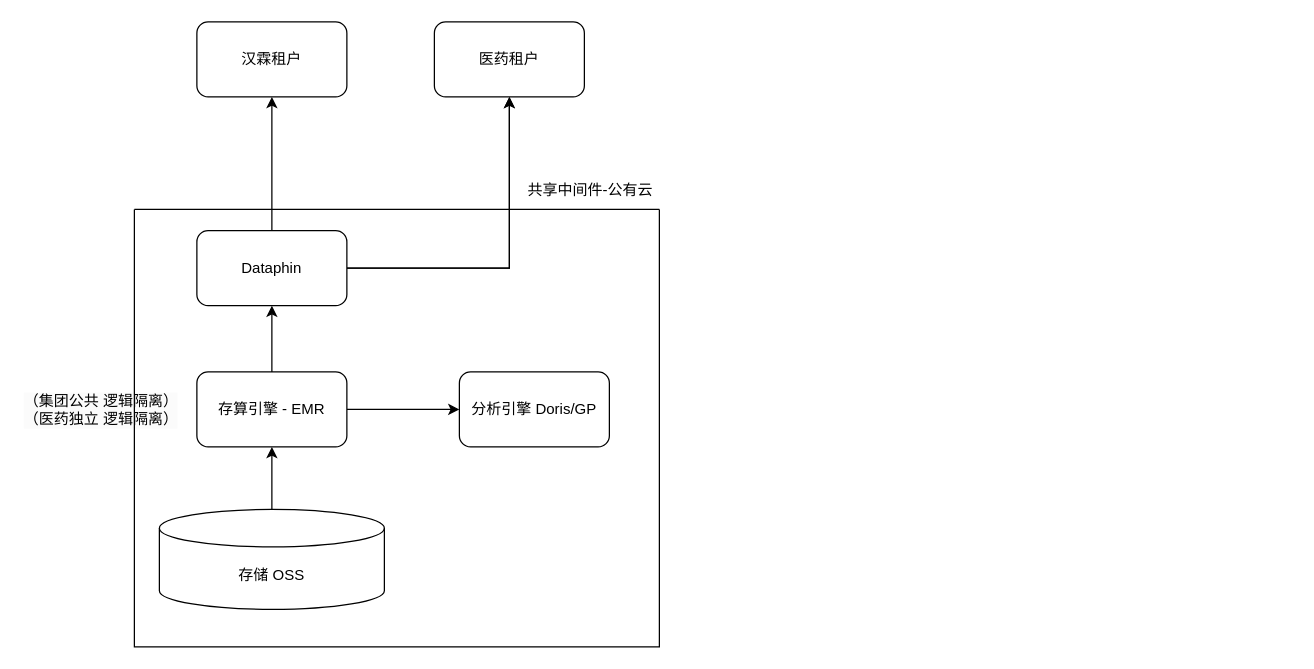
The draw.io diagram public/未命名绘图.drawio in leestar991/agi-proxy, before the edit. Source tidied: cells renumbered, new cells numbered last; positions are measured from the earlier drawing's top-left corner, leaving out a move shared by most shapes. Both pictures are drawn from the tidied source at 125%, with x=0, y=0 at pixel (21, 21).
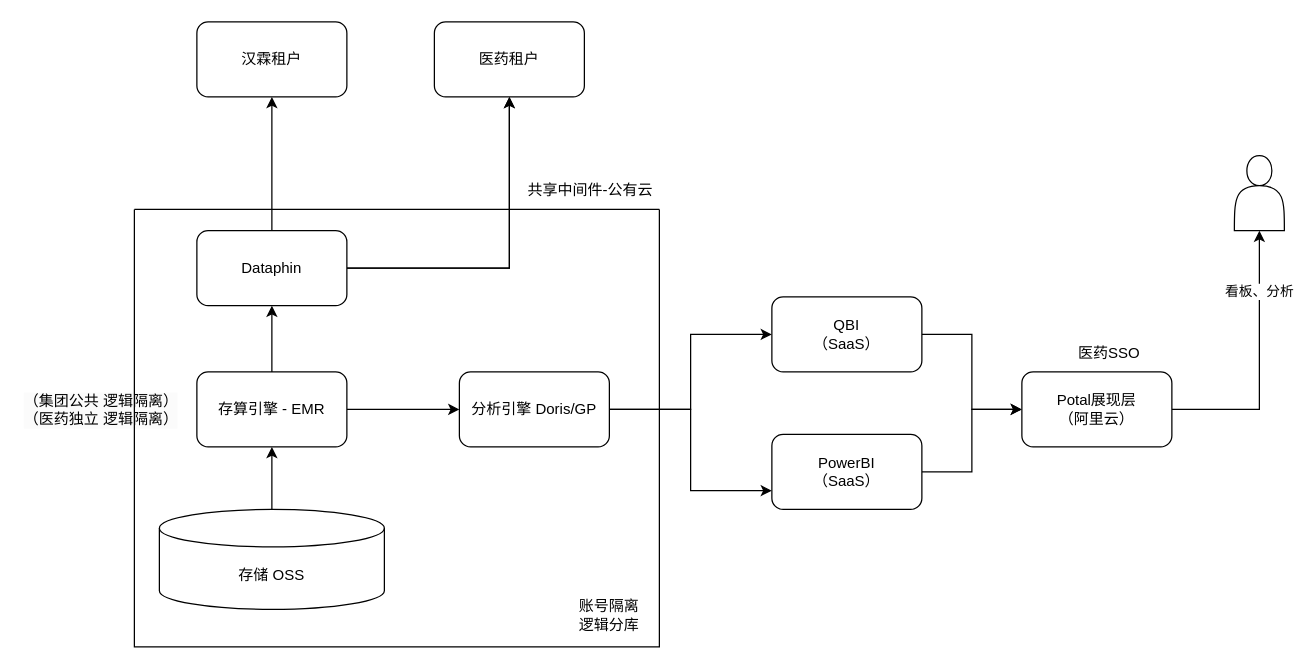
The same diagram, later.

Commit message:
医药权限，中间件.drawio

The change refers to these unchanged cells:
```xml
<mxCell id="13" value="分析引擎 Doris/GP" style="rounded=1;whiteSpace=wrap;html=1;" parent="1" vertex="1">
  <mxGeometry x="350" y="280" width="120" height="60" as="geometry" />
</mxCell>
<mxCell id="15" style="swimlane;startSize=0;" parent="1" vertex="1">
  <mxGeometry x="90" y="150" width="420" height="350" as="geometry" />
</mxCell>
```

The edit, as a diff of the source:
```diff
@@
+    <mxCell id="17" style="edgeStyle=orthogonalEdgeStyle;rounded=0;jettySize=auto;html=1;" parent="1" edge="1" source="13" target="21">
+      <mxGeometry relative="1" as="geometry" />
+    </mxCell>
+    <mxCell id="18" style="edgeStyle=orthogonalEdgeStyle;rounded=0;jettySize=auto;html=1;entryX=0;entryY=0.75;entryDx=0;entryDy=0;" parent="1" edge="1" source="13" target="23">
+      <mxGeometry relative="1" as="geometry" />
+    </mxCell>
@@
+    <mxCell id="19" value="账号隔离&lt;div&gt;逻辑分库&lt;/div&gt;" style="text;html=1;align=center;verticalAlign=middle;whiteSpace=wrap;rounded=0;" parent="15" vertex="1">
+      <mxGeometry x="350" y="310" width="60" height="30" as="geometry" />
+    </mxCell>
@@
+    <mxCell id="20" style="edgeStyle=orthogonalEdgeStyle;rounded=0;jettySize=auto;html=1;" parent="1" edge="1" source="21" target="26">
+      <mxGeometry relative="1" as="geometry" />
+    </mxCell>
+    <mxCell id="21" value="QBI&lt;div&gt;（SaaS）&lt;/div&gt;" style="rounded=1;whiteSpace=wrap;html=1;" parent="1" vertex="1">
+      <mxGeometry x="600" y="220" width="120" height="60" as="geometry" />
+    </mxCell>
+    <mxCell id="22" style="edgeStyle=orthogonalEdgeStyle;rounded=0;jettySize=auto;html=1;entryX=0;entryY=0.5;entryDx=0;entryDy=0;" parent="1" edge="1" source="23" target="26">
+      <mxGeometry relative="1" as="geometry" />
+    </mxCell>
+    <mxCell id="23" value="PowerBI&lt;div&gt;（SaaS）&lt;/div&gt;" style="rounded=1;whiteSpace=wrap;html=1;" parent="1" vertex="1">
+      <mxGeometry x="600" y="330" width="120" height="60" as="geometry" />
+    </mxCell>
+    <mxCell id="24" style="edgeStyle=orthogonalEdgeStyle;rounded=0;jettySize=auto;html=1;" parent="1" edge="1" source="26" target="28">
+      <mxGeometry relative="1" as="geometry" />
+    </mxCell>
+    <mxCell id="25" value="看板、分析" style="edgeLabel;html=1;align=center;verticalAlign=middle;" parent="24" vertex="1">
+      <mxGeometry x="0.56" y="1" relative="1" as="geometry">
+        <mxPoint y="1" as="offset" />
+      </mxGeometry>
+    </mxCell>
+    <mxCell id="26" value="Potal展现层&lt;div&gt;（阿里云）&lt;/div&gt;" style="whiteSpace=wrap;html=1;rounded=1;" parent="1" vertex="1">
+      <mxGeometry x="800" y="280" width="120" height="60" as="geometry" />
+    </mxCell>
+    <mxCell id="27" value="医药SSO" style="text;html=1;align=center;verticalAlign=middle;whiteSpace=wrap;rounded=0;" parent="1" vertex="1">
+      <mxGeometry x="840" y="250" width="60" height="30" as="geometry" />
+    </mxCell>
+    <mxCell id="28" style="shape=actor;whiteSpace=wrap;html=1;" parent="1" vertex="1">
+      <mxGeometry x="970" y="107" width="40" height="60" as="geometry" />
+    </mxCell>
```
